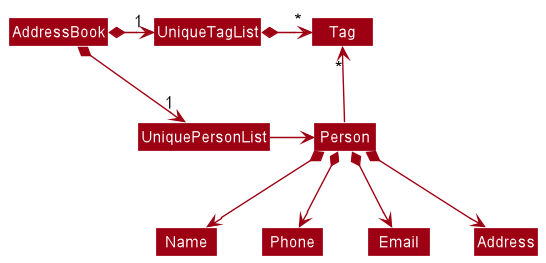
Earlier version of the PlantUML export docs/images/BetterModelClassDiagram.png (nus-cs2103-AY2223S1/tp).
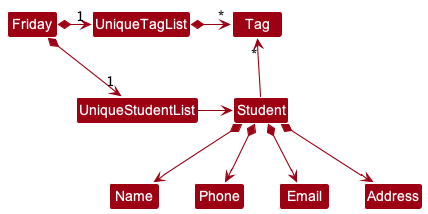
Above is the later version.

Change to the diagram source:
```diff
@@ -4,18 +4,18 @@
 skinparam arrowColor MODEL_COLOR
 skinparam classBackgroundColor MODEL_COLOR
 
-AddressBook *-right-> "1" UniquePersonList
-AddressBook *-right-> "1" UniqueTagList
-UniqueTagList -[hidden]down- UniquePersonList
-UniqueTagList -[hidden]down- UniquePersonList
+Friday *-right-> "1" UniqueStudentList
+Friday *-right-> "1" UniqueTagList
+UniqueTagList -[hidden]down- UniqueStudentList
+UniqueTagList -[hidden]down- UniqueStudentList
 
 UniqueTagList *-right-> "*" Tag
-UniquePersonList -right-> Person
+UniqueStudentList -right-> Student
 
-Person -up-> "*" Tag
+Student -up-> "*" Tag
 
-Person *--> Name
-Person *--> Phone
-Person *--> Email
-Person *--> Address
+Student *--> Name
+Student *--> Phone
+Student *--> Email
+Student *--> Address
 @enduml
```
